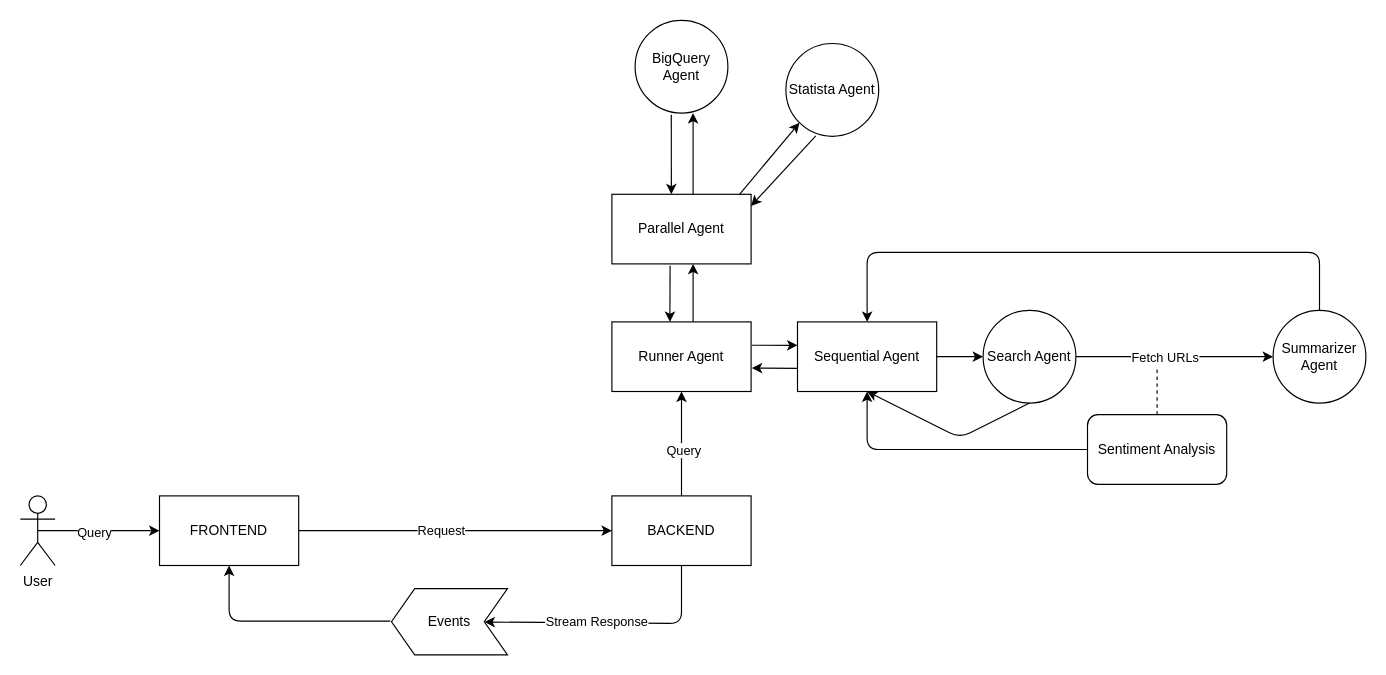
Earlier version of the draw.io diagram assets/architecture.drawio (amaurydelille/google-cloud-agent-development-kit-hackathon-2025). Source tidied: cells renumbered, new cells numbered last; positions are measured from the earlier drawing's top-left corner, leaving out a move shared by most shapes. Both pictures are drawn from the tidied source at 116%, with x=0, y=0 at pixel (20, 20).
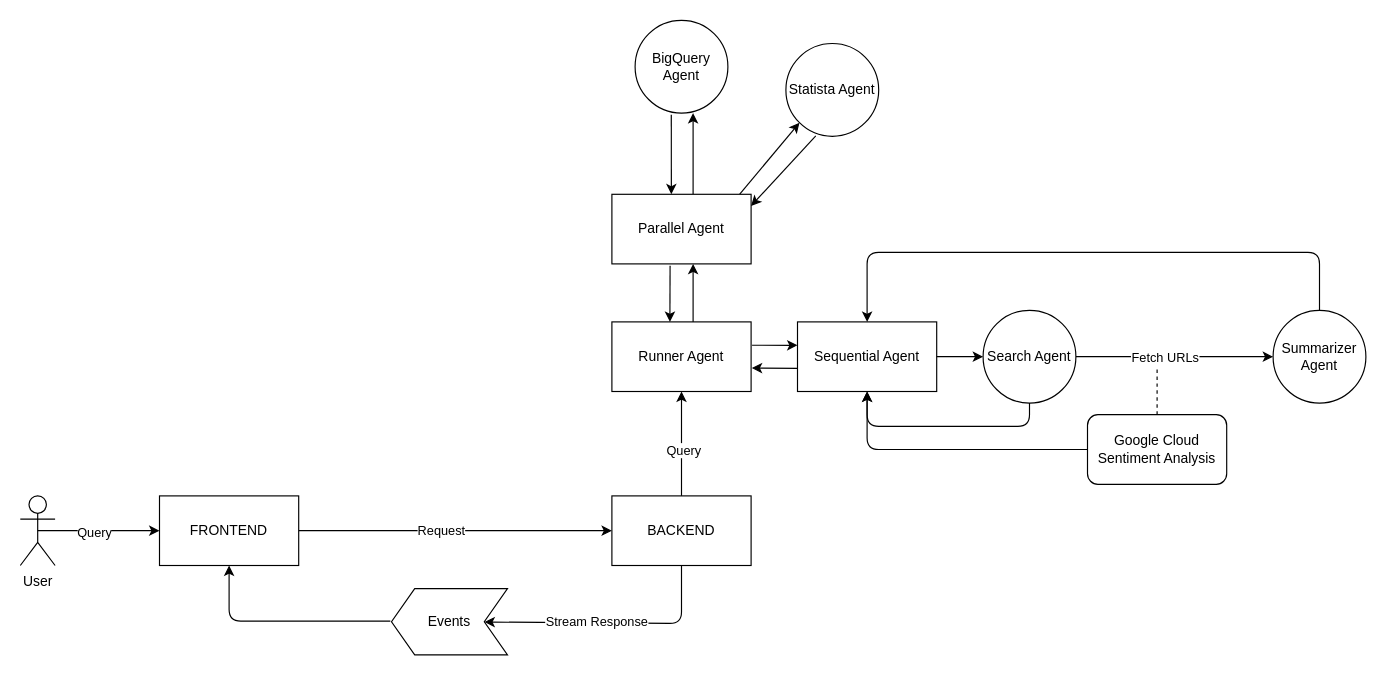
After the change.

Unchanged cells that the change refers to:
```xml
<mxCell id="13" value="Search Agent" style="ellipse;whiteSpace=wrap;html=1;rounded=0;" parent="1" vertex="1">
  <mxGeometry x="830" y="250" width="80" height="80" as="geometry" />
</mxCell>
<mxCell id="24" value="Sequential Agent" style="rounded=0;whiteSpace=wrap;html=1;" parent="1" vertex="1">
  <mxGeometry x="670" y="260" width="120" height="60" as="geometry" />
</mxCell>
```

The edit, as a diff of the source:
```diff
@@
-    <mxCell id="15" value="Sentiment Analysis" style="rounded=1;whiteSpace=wrap;html=1;" parent="1" vertex="1">
+    <mxCell id="15" value="&lt;div&gt;Google Cloud&lt;/div&gt;Sentiment Analysis" style="rounded=1;whiteSpace=wrap;html=1;" parent="1" vertex="1">
       <mxGeometry x="920" y="340" width="120" height="60" as="geometry" />
     </mxCell>
@@
     <mxCell id="27" style="endArrow=classic;html=1;exitX=0.5;exitY=1;exitDx=0;exitDy=0;entryX=0.5;entryY=1;entryDx=0;entryDy=0;" parent="1" edge="1" source="13" target="24">
       <mxGeometry relative="1" as="geometry">
         <Array as="points">
-          <mxPoint x="810" y="360" />
+          <mxPoint x="870" y="350" />
+          <mxPoint x="730" y="350" />
         </Array>
       </mxGeometry>
     </mxCell>
```
